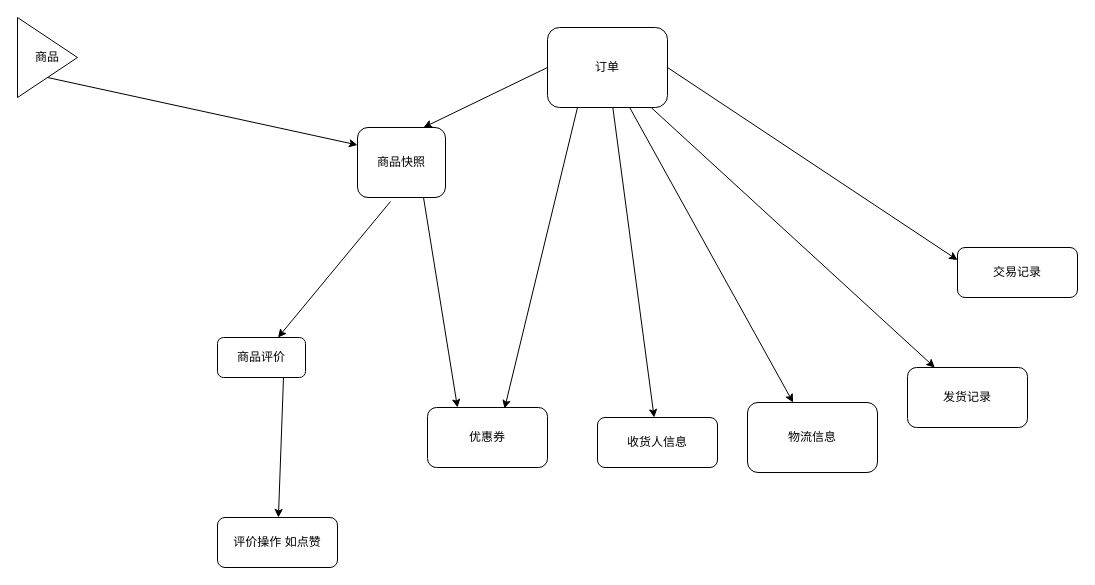
This is order数据库建模.drawio from kamjin1996/online-flow-draw, a draw.io file, before an edit. Source tidied: cells renumbered, new cells numbered last; positions are measured from the earlier drawing's top-left corner, leaving out a move shared by most shapes. Both pictures are drawn from the tidied source at 100%, with x=0, y=0 at pixel (17, 17).
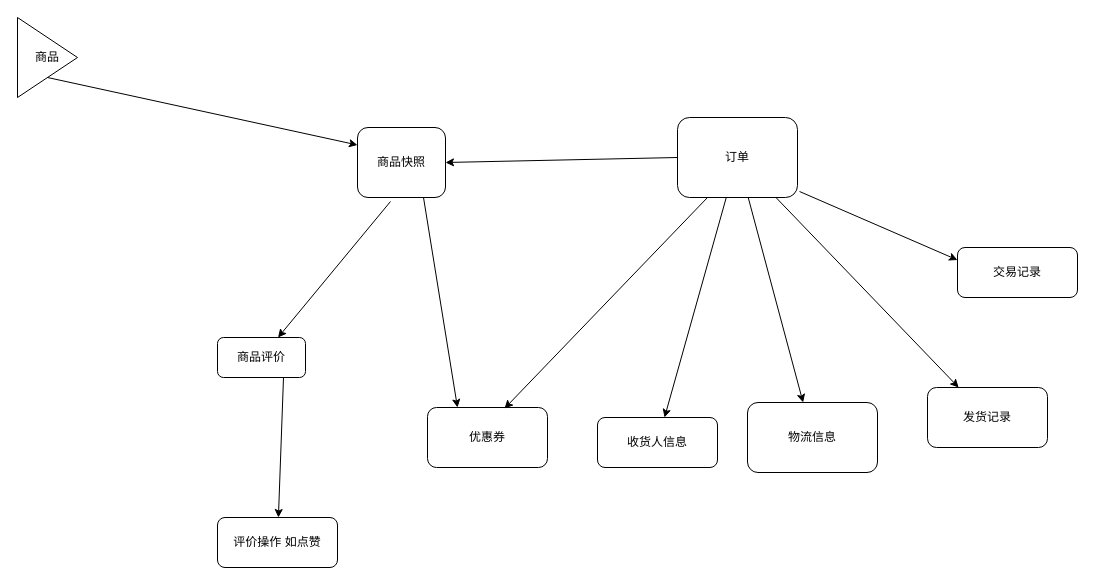
After the change.

Commit message (it also covers changes not shown here):
更新order数据库建模.drawio

Unchanged cells that the change refers to:
```xml
<mxCell id="7" value="交易记录" style="rounded=1;whiteSpace=wrap;html=1;" parent="1" vertex="1">
  <mxGeometry x="940" y="230" width="120" height="50" as="geometry" />
</mxCell>
<mxCell id="8" value="商品快照" style="rounded=1;whiteSpace=wrap;html=1;" parent="1" vertex="1">
  <mxGeometry x="340" y="110" width="88" height="70" as="geometry" />
</mxCell>
```

Diff of the diagram source:
```diff
@@
     <mxCell id="2" value="订单" style="rounded=1;whiteSpace=wrap;html=1;" parent="1" vertex="1">
-      <mxGeometry x="530" y="10" width="120" height="80" as="geometry" />
+      <mxGeometry x="660" y="100" width="120" height="80" as="geometry" />
     </mxCell>
@@
     <mxCell id="5" value="发货记录" style="rounded=1;whiteSpace=wrap;html=1;" parent="1" vertex="1">
-      <mxGeometry x="890" y="350" width="120" height="60" as="geometry" />
+      <mxGeometry x="910" y="370" width="120" height="60" as="geometry" />
     </mxCell>
@@
-    <mxCell id="14" style="endArrow=classic;html=1;entryX=0.75;entryY=0;entryDx=0;entryDy=0;exitX=0;exitY=0.5;exitDx=0;exitDy=0;" parent="1" edge="1" source="2" target="8">
+    <mxCell id="14" style="endArrow=classic;html=1;entryX=1;entryY=0.5;entryDx=0;entryDy=0;exitX=0;exitY=0.5;exitDx=0;exitDy=0;" parent="1" edge="1" source="2" target="8">
       <mxGeometry relative="1" as="geometry" />
     </mxCell>
@@
-    <mxCell id="21" style="endArrow=classic;html=1;exitX=1;exitY=0.5;exitDx=0;exitDy=0;entryX=0;entryY=0.25;entryDx=0;entryDy=0;" parent="1" edge="1" source="2" target="7">
+    <mxCell id="21" style="endArrow=classic;html=1;exitX=1.017;exitY=0.925;exitDx=0;exitDy=0;entryX=0;entryY=0.25;entryDx=0;entryDy=0;exitPerimeter=0;" parent="1" edge="1" source="2" target="7">
       <mxGeometry relative="1" as="geometry" />
     </mxCell>
```
